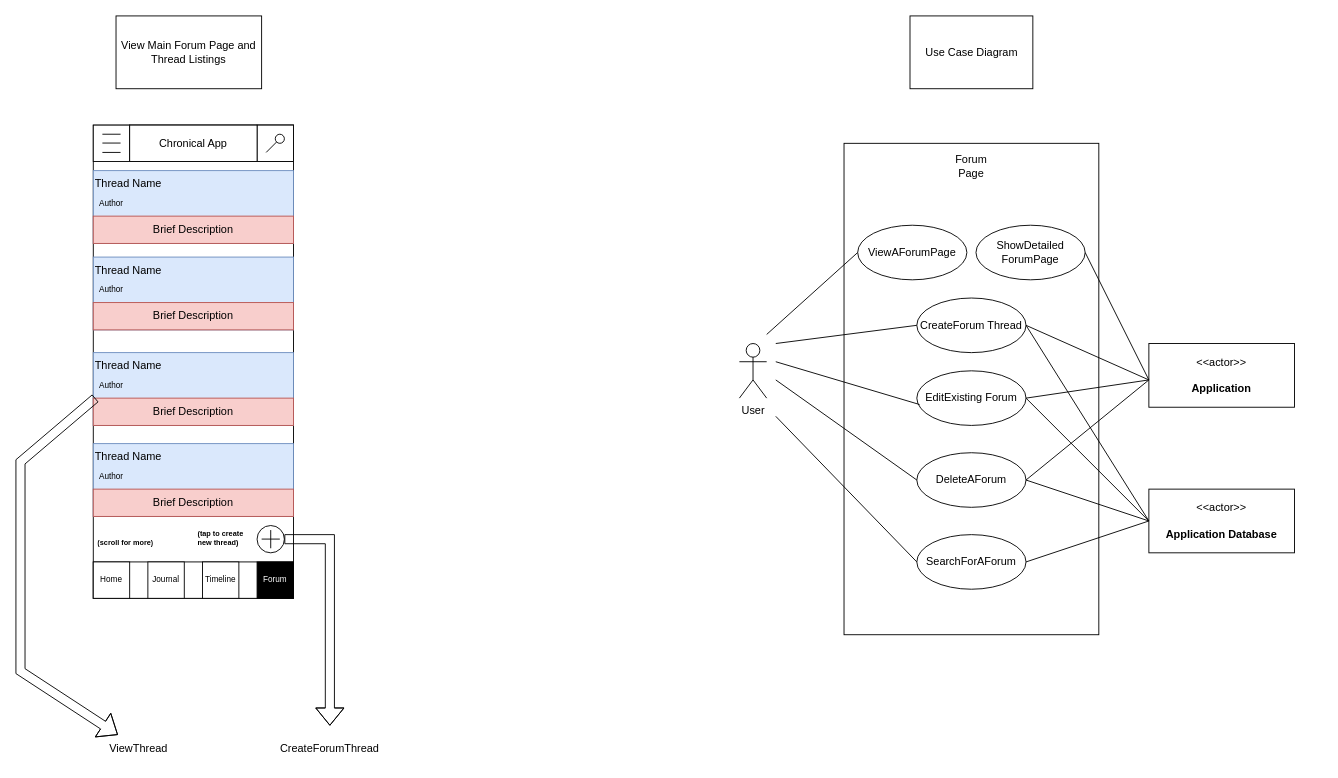
Above: page "ForumPage" (10 of 17) of Chronicle_Initial_App_Wireframe_Designs.drawio in Vaibhav-G-Parmar/Chronicle-Your-Ultimate-Travel-Companion (draw.io), before the change. Source tidied: cells renumbered, new cells numbered last; positions are measured from the earlier drawing's top-left corner, leaving out a move shared by most shapes. Both pictures are drawn from the tidied source at 91%, with x=0, y=0 at pixel (20, 15).
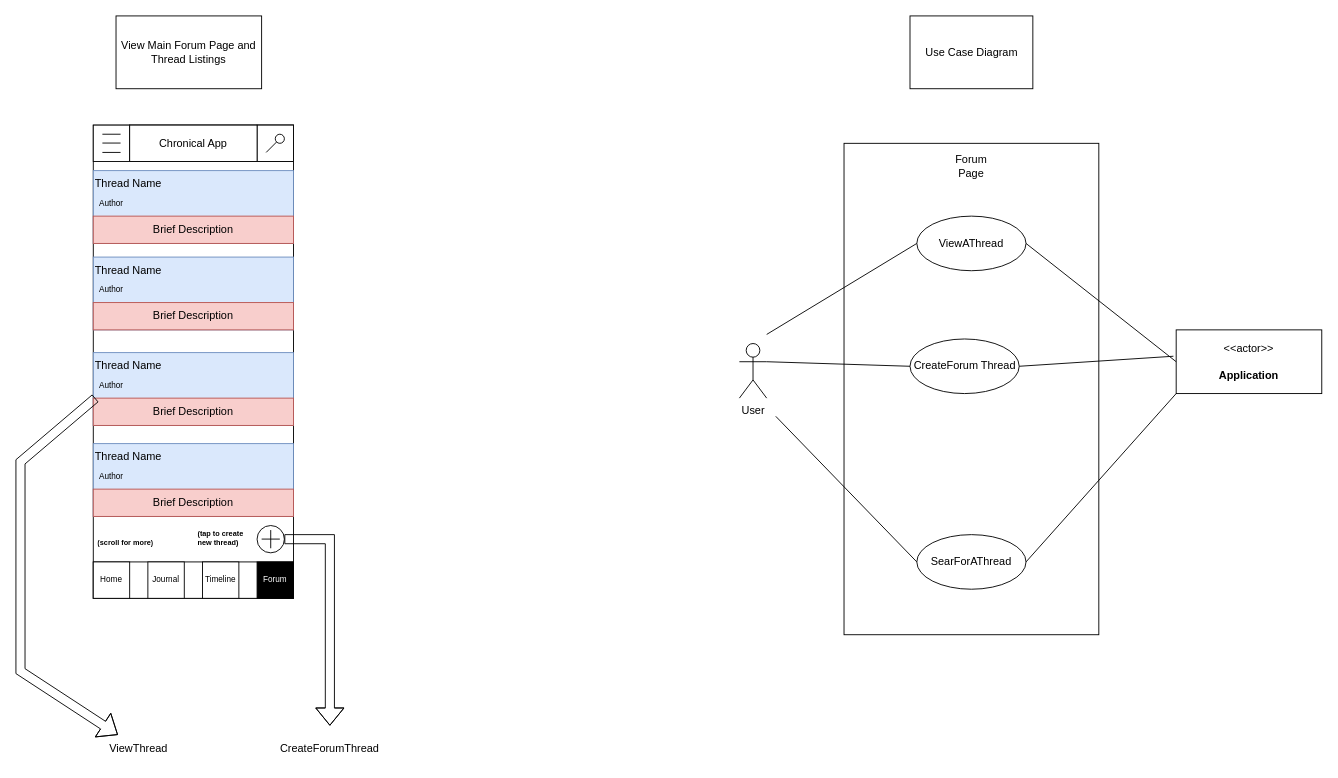
After the change.

The change refers to these unchanged cells:
```xml
<mxCell id="46" value="User&lt;br&gt;" style="shape=umlActor;verticalLabelPosition=bottom;verticalAlign=top;html=1;outlineConnect=0;" parent="1" vertex="1">
  <mxGeometry x="790" y="360" width="30" height="60" as="geometry" />
</mxCell>
```

What changed in the source:
```diff
@@
-    <mxCell id="45" value="ViewAForumPage" style="ellipse;whiteSpace=wrap;html=1;" parent="1" vertex="1">
-      <mxGeometry x="920" y="230" width="120" height="60" as="geometry" />
+    <mxCell id="45" value="ViewAThread" style="ellipse;whiteSpace=wrap;html=1;" parent="1" vertex="1">
+      <mxGeometry x="985" y="220" width="120" height="60" as="geometry" />
     </mxCell>
@@
     <mxCell id="47" value="&amp;lt;&amp;lt;actor&amp;gt;&amp;gt;&lt;br&gt;&lt;br&gt;&lt;b&gt;Application&lt;br&gt;&lt;/b&gt;" style="html=1;align=center;verticalAlign=middle;dashed=0;whiteSpace=wrap;" parent="1" vertex="1">
-      <mxGeometry x="1240" y="360" width="160" height="70" as="geometry" />
+      <mxGeometry x="1270" y="345" width="160" height="70" as="geometry" />
     </mxCell>
@@
-    <mxCell id="50" value="SearchForAForum" style="ellipse;whiteSpace=wrap;html=1;" parent="1" vertex="1">
+    <mxCell id="50" value="SearForAThread" style="ellipse;whiteSpace=wrap;html=1;" parent="1" vertex="1">
       <mxGeometry x="985" y="570" width="120" height="60" as="geometry" />
     </mxCell>
@@
-    <mxCell id="52" value="ShowDetailed ForumPage" style="ellipse;whiteSpace=wrap;html=1;" parent="1" vertex="1">
-      <mxGeometry x="1050" y="230" width="120" height="60" as="geometry" />
-    </mxCell>
-    <mxCell id="53" style="endArrow=none;html=1;rounded=0;exitX=1;exitY=0.5;exitDx=0;exitDy=0;" parent="1" edge="1" source="52">
-      <mxGeometry relative="1" as="geometry">
-        <mxPoint x="1240" y="400" as="targetPoint" />
-      </mxGeometry>
-    </mxCell>
-    <mxCell id="54" value="&amp;lt;&amp;lt;actor&amp;gt;&amp;gt;&lt;br&gt;&lt;br&gt;&lt;b&gt;Application Database&lt;br&gt;&lt;/b&gt;" style="html=1;align=center;verticalAlign=middle;dashed=0;whiteSpace=wrap;" parent="1" vertex="1">
-      <mxGeometry x="1240" y="520" width="160" height="70" as="geometry" />
-    </mxCell>
-    <mxCell id="55" style="endArrow=none;html=1;rounded=0;exitX=1;exitY=0.5;exitDx=0;exitDy=0;entryX=0;entryY=0.5;entryDx=0;entryDy=0;" parent="1" edge="1" source="50" target="54">
+    <mxCell id="55" style="endArrow=none;html=1;rounded=0;exitX=1;exitY=0.5;exitDx=0;exitDy=0;entryX=0;entryY=1;entryDx=0;entryDy=0;" parent="1" edge="1" source="50" target="47">
       <mxGeometry relative="1" as="geometry" />
     </mxCell>
     <mxCell id="56" value="CreateForum Thread" style="ellipse;whiteSpace=wrap;html=1;" parent="1" vertex="1">
-      <mxGeometry x="985" y="310" width="120" height="60" as="geometry" />
+      <mxGeometry x="977.5" y="355" width="120" height="60" as="geometry" />
     </mxCell>
-    <mxCell id="57" value="DeleteAForum" style="ellipse;whiteSpace=wrap;html=1;" parent="1" vertex="1">
-      <mxGeometry x="985" y="480" width="120" height="60" as="geometry" />
-    </mxCell>
-    <mxCell id="58" value="EditExisting Forum" style="ellipse;whiteSpace=wrap;html=1;" parent="1" vertex="1">
-      <mxGeometry x="985" y="390" width="120" height="60" as="geometry" />
-    </mxCell>
-    <mxCell id="59" style="endArrow=none;html=1;rounded=0;entryX=0;entryY=0.5;entryDx=0;entryDy=0;" parent="1" edge="1" target="56">
-      <mxGeometry relative="1" as="geometry">
-        <mxPoint x="830" y="360" as="sourcePoint" />
-      </mxGeometry>
+    <mxCell id="59" style="endArrow=none;html=1;rounded=0;entryX=0;entryY=0.5;entryDx=0;entryDy=0;exitX=1;exitY=0.3333333333333333;exitDx=0;exitDy=0;exitPerimeter=0;" parent="1" edge="1" source="46" target="56">
+      <mxGeometry relative="1" as="geometry" />
     </mxCell>
-    <mxCell id="60" style="endArrow=none;html=1;rounded=0;entryX=0.025;entryY=0.617;entryDx=0;entryDy=0;entryPerimeter=0;" parent="1" edge="1" target="58">
-      <mxGeometry relative="1" as="geometry">
-        <mxPoint x="830" y="380" as="sourcePoint" />
-      </mxGeometry>
-    </mxCell>
-    <mxCell id="61" style="endArrow=none;html=1;rounded=0;entryX=0;entryY=0.5;entryDx=0;entryDy=0;" parent="1" edge="1" target="57">
-      <mxGeometry relative="1" as="geometry">
-        <mxPoint x="830" y="400" as="sourcePoint" />
-      </mxGeometry>
-    </mxCell>
-    <mxCell id="62" style="endArrow=none;html=1;rounded=0;exitX=1;exitY=0.5;exitDx=0;exitDy=0;" parent="1" edge="1" source="56">
-      <mxGeometry relative="1" as="geometry">
-        <mxPoint x="1240" y="400" as="targetPoint" />
-      </mxGeometry>
+    <mxCell id="62" style="endArrow=none;html=1;rounded=0;exitX=1;exitY=0.5;exitDx=0;exitDy=0;entryX=-0.019;entryY=0.414;entryDx=0;entryDy=0;entryPerimeter=0;" parent="1" edge="1" source="56" target="47">
+      <mxGeometry relative="1" as="geometry" />
     </mxCell>
-    <mxCell id="63" style="endArrow=none;html=1;rounded=0;exitX=1;exitY=0.5;exitDx=0;exitDy=0;" parent="1" edge="1" source="58">
-      <mxGeometry relative="1" as="geometry">
-        <mxPoint x="1240" y="400" as="targetPoint" />
-      </mxGeometry>
-    </mxCell>
-    <mxCell id="64" style="endArrow=none;html=1;rounded=0;exitX=1;exitY=0.5;exitDx=0;exitDy=0;" parent="1" edge="1" source="57">
-      <mxGeometry relative="1" as="geometry">
-        <mxPoint x="1240" y="400" as="targetPoint" />
-      </mxGeometry>
+    <mxCell id="64" style="endArrow=none;html=1;rounded=0;exitX=1;exitY=0.5;exitDx=0;exitDy=0;entryX=0;entryY=0.5;entryDx=0;entryDy=0;" parent="1" edge="1" source="45" target="47">
+      <mxGeometry relative="1" as="geometry" />
     </mxCell>
-    <mxCell id="65" style="endArrow=none;html=1;rounded=0;exitX=1;exitY=0.5;exitDx=0;exitDy=0;entryX=0;entryY=0.5;entryDx=0;entryDy=0;" parent="1" edge="1" source="56" target="54">
-      <mxGeometry relative="1" as="geometry" />
-    </mxCell>
-    <mxCell id="66" style="endArrow=none;html=1;rounded=0;exitX=1;exitY=0.5;exitDx=0;exitDy=0;entryX=0;entryY=0.5;entryDx=0;entryDy=0;" parent="1" edge="1" source="58" target="54">
-      <mxGeometry relative="1" as="geometry" />
-    </mxCell>
-    <mxCell id="67" style="endArrow=none;html=1;rounded=0;exitX=1;exitY=0.5;exitDx=0;exitDy=0;entryX=0;entryY=0.5;entryDx=0;entryDy=0;" parent="1" edge="1" source="57" target="54">
-      <mxGeometry relative="1" as="geometry" />
-    </mxCell>
```
